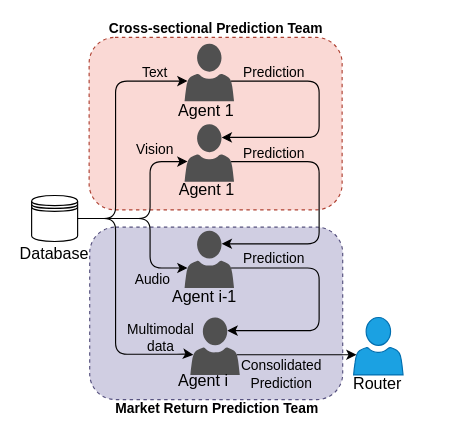
Above: diagrams/cot.drawio in lyc0603/multi-agent (draw.io), before the change. Source tidied: cells renumbered, new cells numbered last; positions are measured from the earlier drawing's top-left corner, leaving out a move shared by most shapes. Both pictures are drawn from the tidied source at 115%, with x=0, y=0 at pixel (20, 20).
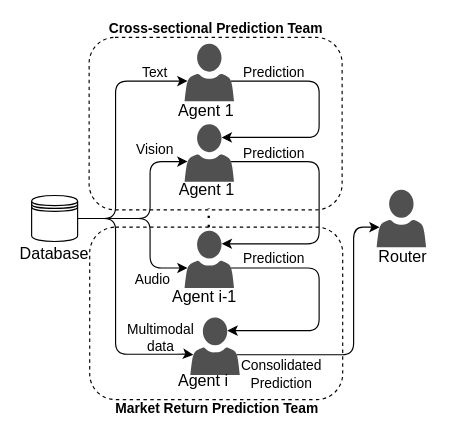
The same page after the edit.

The change refers to these unchanged cells:
```xml
<mxCell id="8" style="sketch=0;shadow=0;dashed=0;html=1;strokeColor=none;labelPosition=center;verticalLabelPosition=bottom;verticalAlign=top;align=center;fillColor=#505050;shape=mxgraph.mscae.intune.account_portal;" parent="1" vertex="1">
  <mxGeometry x="148" y="258.5" width="43" height="50" as="geometry" />
</mxCell>
```

Change to the diagram source:
```diff
@@
-    <mxCell id="2" style="rounded=1;whiteSpace=wrap;html=1;fillColor=#d0cee2;strokeColor=#56517e;dashed=1;strokeWidth=1;" parent="1" vertex="1">
+    <mxCell id="2" style="rounded=1;whiteSpace=wrap;html=1;dashed=1;strokeWidth=1;" parent="1" vertex="1">
       <mxGeometry x="60.5" y="180" width="220" height="150" as="geometry" />
     </mxCell>
@@
-    <mxCell id="4" style="rounded=1;whiteSpace=wrap;html=1;fillColor=#fad9d5;strokeColor=#ae4132;dashed=1;strokeWidth=1;" parent="1" vertex="1">
+    <mxCell id="4" style="rounded=1;whiteSpace=wrap;html=1;dashed=1;strokeWidth=1;" parent="1" vertex="1">
       <mxGeometry x="60" y="15" width="220" height="150" as="geometry" />
     </mxCell>
@@
-    <mxCell id="28" style="sketch=0;shadow=0;dashed=0;html=1;strokeColor=#006EAF;labelPosition=center;verticalLabelPosition=bottom;verticalAlign=top;align=center;fillColor=#1ba1e2;shape=mxgraph.mscae.intune.account_portal;fontColor=#ffffff;" parent="1" vertex="1">
-      <mxGeometry x="290" y="258.5" width="43" height="50" as="geometry" />
+    <mxCell id="28" style="sketch=0;shadow=0;dashed=0;html=1;strokeColor=none;labelPosition=center;verticalLabelPosition=bottom;verticalAlign=top;align=center;fillColor=#505050;shape=mxgraph.mscae.intune.account_portal;fontColor=#ffffff;" parent="1" vertex="1">
+      <mxGeometry x="310" y="147.5" width="43" height="50" as="geometry" />
     </mxCell>
     <mxCell id="29" value="Router" style="text;html=1;strokeColor=none;fillColor=none;align=center;verticalAlign=middle;whiteSpace=wrap;rounded=0;fontSize=14;" parent="1" vertex="1">
-      <mxGeometry x="287.5" y="310.5" width="45.5" height="10" as="geometry" />
+      <mxGeometry x="310" y="200.5" width="45.5" height="10" as="geometry" />
     </mxCell>
-    <mxCell id="30" style="edgeStyle=orthogonalEdgeStyle;rounded=0;jettySize=auto;html=1;exitX=0.94;exitY=0.65;exitDx=0;exitDy=0;exitPerimeter=0;entryX=0.06;entryY=0.65;entryDx=0;entryDy=0;entryPerimeter=0;" parent="1" edge="1" source="8" target="28">
-      <mxGeometry relative="1" as="geometry" />
+    <mxCell id="30" style="edgeStyle=orthogonalEdgeStyle;rounded=1;jettySize=auto;html=1;exitX=0.94;exitY=0.65;exitDx=0;exitDy=0;exitPerimeter=0;entryX=0.06;entryY=0.65;entryDx=0;entryDy=0;entryPerimeter=0;curved=0;" parent="1" edge="1" source="8" target="28">
+      <mxGeometry relative="1" as="geometry">
+        <Array as="points">
+          <mxPoint x="290" y="291" />
+          <mxPoint x="290" y="180" />
+        </Array>
+      </mxGeometry>
     </mxCell>
@@
+    <mxCell id="34" style="endArrow=none;dashed=1;html=1;dashPattern=1 3;strokeWidth=2;rounded=0;" parent="1" edge="1">
+      <mxGeometry relative="1" as="geometry">
+        <mxPoint x="164" y="180" as="sourcePoint" />
+        <mxPoint x="164" y="163.5" as="targetPoint" />
+      </mxGeometry>
+    </mxCell>
```
